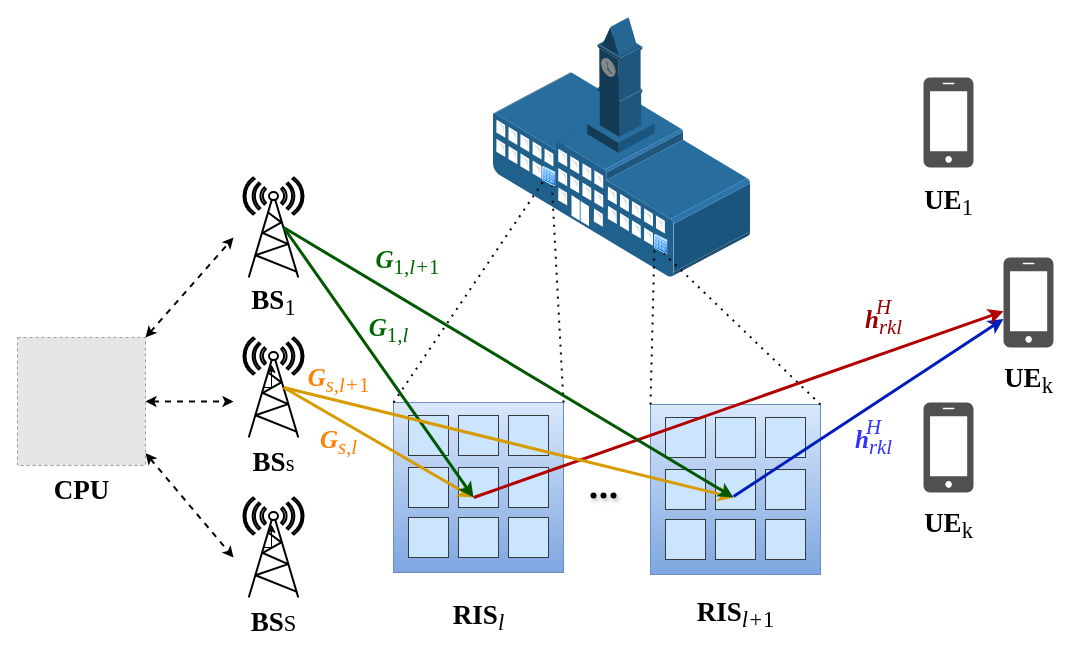
gougemidi/xiao keeps this draw.io diagram as 多BS多RIS.drawio. Above is the earlier version. Source tidied: cells renumbered, new cells numbered last; positions are measured from the earlier drawing's top-left corner, leaving out a move shared by most shapes. Both pictures are drawn from the tidied source at 100%, with x=0, y=0 at pixel (17, 17). Pictures stored in the file or linked from it are replaced by grey dashed boxes.
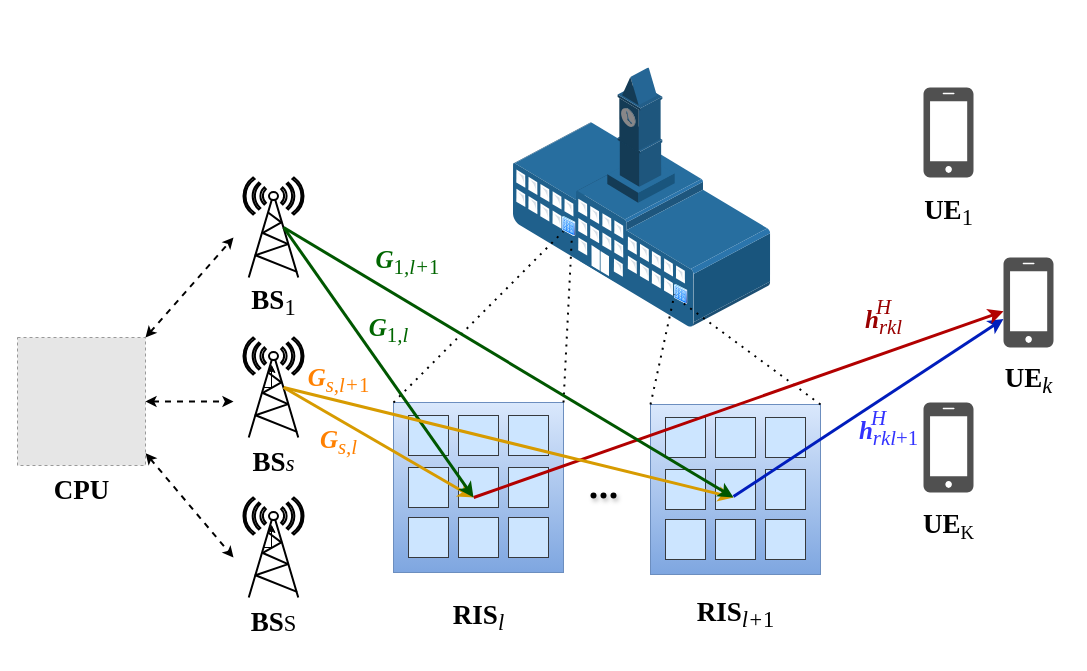
The same page after the edit.

The edit, as a diff of the source:
```diff
@@
-    <mxCell id="5" value="&lt;b&gt;BS&lt;/b&gt;&lt;span style=&quot;font-size: 22.5px;&quot;&gt;s&lt;/span&gt;" style="text;html=1;align=center;verticalAlign=middle;strokeColor=none;fillColor=none;fontSize=27;fontFamily=Times New Roman;shadow=1;glass=0;sketch=0;strokeWidth=8;" parent="1" vertex="1">
+    <mxCell id="5" value="&lt;b&gt;BS&lt;/b&gt;&lt;span style=&quot;font-size: 22.5px;&quot;&gt;&lt;i&gt;s&lt;/i&gt;&lt;/span&gt;" style="text;html=1;align=center;verticalAlign=middle;strokeColor=none;fillColor=none;fontSize=27;fontFamily=Times New Roman;shadow=1;glass=0;sketch=0;strokeWidth=8;" parent="1" vertex="1">
       <mxGeometry x="221" y="420" width="70" height="50" as="geometry" />
     </mxCell>
@@
     <mxCell id="39" style="sketch=0;shadow=0;dashed=0;html=1;strokeColor=none;fillColor=#505050;labelPosition=center;verticalLabelPosition=bottom;verticalAlign=top;align=center;shape=mxgraph.office.devices.cell_phone_iphone_standalone;" parent="1" vertex="1">
-      <mxGeometry x="906" y="60" width="50" height="90" as="geometry" />
+      <mxGeometry x="906" y="70" width="50" height="90" as="geometry" />
     </mxCell>
@@
     <mxCell id="41" value="&lt;b&gt;UE&lt;/b&gt;&lt;font style=&quot;font-size: 27px;&quot;&gt;&lt;sub&gt;1&lt;/sub&gt;&lt;/font&gt;" style="text;html=1;align=center;verticalAlign=middle;strokeColor=none;fillColor=none;fontSize=27;fontFamily=Times New Roman;shadow=1;glass=0;sketch=0;strokeWidth=8;" parent="1" vertex="1">
-      <mxGeometry x="896" y="160" width="70" height="50" as="geometry" />
+      <mxGeometry x="896" y="170" width="70" height="50" as="geometry" />
     </mxCell>
-    <mxCell id="42" value="&lt;b&gt;UE&lt;/b&gt;&lt;font style=&quot;font-size: 27px;&quot;&gt;&lt;sub&gt;k&lt;/sub&gt;&lt;/font&gt;" style="text;html=1;align=center;verticalAlign=middle;strokeColor=none;fillColor=none;fontSize=27;fontFamily=Times New Roman;shadow=1;glass=0;sketch=0;strokeWidth=8;" parent="1" vertex="1">
+    <mxCell id="42" value="&lt;b&gt;UE&lt;/b&gt;&lt;font style=&quot;font-size: 27px;&quot;&gt;&lt;sub&gt;&lt;i&gt;k&lt;/i&gt;&lt;/sub&gt;&lt;/font&gt;" style="text;html=1;align=center;verticalAlign=middle;strokeColor=none;fillColor=none;fontSize=27;fontFamily=Times New Roman;shadow=1;glass=0;sketch=0;strokeWidth=8;" parent="1" vertex="1">
       <mxGeometry x="976" y="338" width="70" height="50" as="geometry" />
     </mxCell>
@@
-    <mxCell id="44" value="&lt;b&gt;UE&lt;/b&gt;&lt;font style=&quot;font-size: 27px;&quot;&gt;&lt;sub&gt;k&lt;/sub&gt;&lt;/font&gt;" style="text;html=1;align=center;verticalAlign=middle;strokeColor=none;fillColor=none;fontSize=27;fontFamily=Times New Roman;shadow=1;glass=0;sketch=0;strokeWidth=8;" parent="1" vertex="1">
+    <mxCell id="44" value="&lt;b&gt;UE&lt;/b&gt;&lt;span style=&quot;font-size: 22.5px;&quot;&gt;&lt;sub&gt;K&lt;/sub&gt;&lt;/span&gt;" style="text;html=1;align=center;verticalAlign=middle;strokeColor=none;fillColor=none;fontSize=27;fontFamily=Times New Roman;shadow=1;glass=0;sketch=0;strokeWidth=8;" parent="1" vertex="1">
       <mxGeometry x="896" y="483" width="70" height="50" as="geometry" />
     </mxCell>
     <mxCell id="45" style="group;" parent="1" vertex="1">
-      <mxGeometry x="476" width="257.2" height="260" as="geometry" />
+      <mxGeometry x="496" y="50" width="257.2" height="260" as="geometry" />
     </mxCell>
@@
     <mxCell id="69" style="group;fontColor=#3333FF;" parent="1" vertex="1">
-      <mxGeometry x="826" y="390" width="60" height="60" as="geometry" />
+      <mxGeometry x="841" y="381" width="70" height="60" as="geometry" />
     </mxCell>
-    <mxCell id="70" value="&lt;font face=&quot;Times New Roman&quot; style=&quot;font-size: 25px;&quot;&gt;&lt;b style=&quot;font-style: italic;&quot;&gt;h&lt;/b&gt;&lt;span style=&quot;font-style: italic;&quot;&gt;&lt;sub&gt;rkl&lt;/sub&gt;&lt;/span&gt;&lt;/font&gt;" style="text;html=1;align=center;verticalAlign=middle;strokeColor=none;fillColor=none;fontColor=#3333FF;rotation=0;" parent="69" vertex="1">
-      <mxGeometry y="10" width="60" height="50" as="geometry" />
+    <mxCell id="70" value="&lt;font face=&quot;Times New Roman&quot; style=&quot;font-size: 25px;&quot;&gt;&lt;b style=&quot;font-style: italic;&quot;&gt;h&lt;/b&gt;&lt;sub&gt;&lt;i&gt;rkl&lt;/i&gt;+1&lt;/sub&gt;&lt;/font&gt;" style="text;html=1;align=center;verticalAlign=middle;strokeColor=none;fillColor=none;fontColor=#3333FF;rotation=0;" parent="69" vertex="1">
+      <mxGeometry x="-10" y="10" width="80" height="50" as="geometry" />
     </mxCell>
     <mxCell id="71" value="&lt;font face=&quot;Times New Roman&quot;&gt;&lt;span style=&quot;caret-color: rgb(255, 128, 0); font-size: 25px;&quot;&gt;&lt;i&gt;&lt;sup&gt;H&lt;/sup&gt;&lt;/i&gt;&lt;/span&gt;&lt;/font&gt;" style="text;html=1;align=center;verticalAlign=middle;strokeColor=none;fillColor=none;fontColor=#3333FF;rotation=0;" parent="69" vertex="1">
-      <mxGeometry x="10" width="40" height="50" as="geometry" />
+      <mxGeometry width="40" height="50" as="geometry" />
     </mxCell>
```
